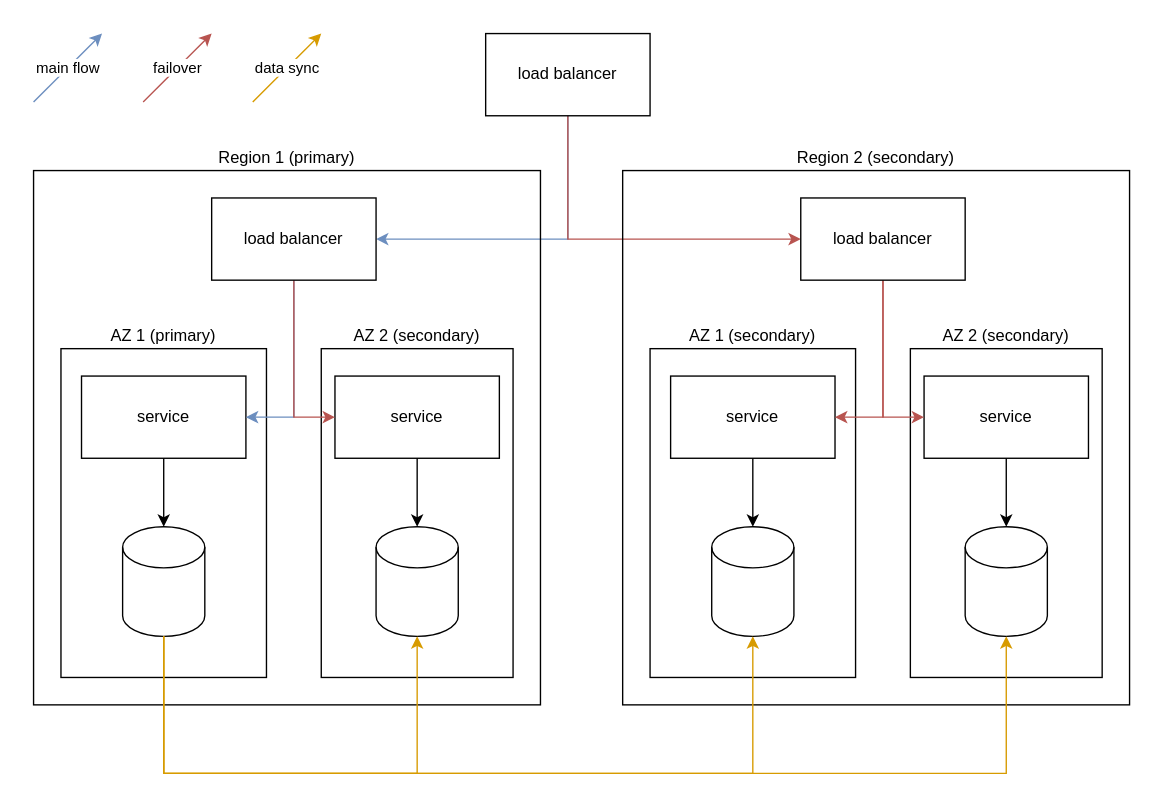
Earlier version of the draw.io diagram sas_m3_tactics.drawio (esklk/drawio). Source tidied: cells renumbered, new cells numbered last; positions are measured from the earlier drawing's top-left corner, leaving out a move shared by most shapes. Both pictures are drawn from the tidied source at 137%, with x=0, y=0 at pixel (33, 33).
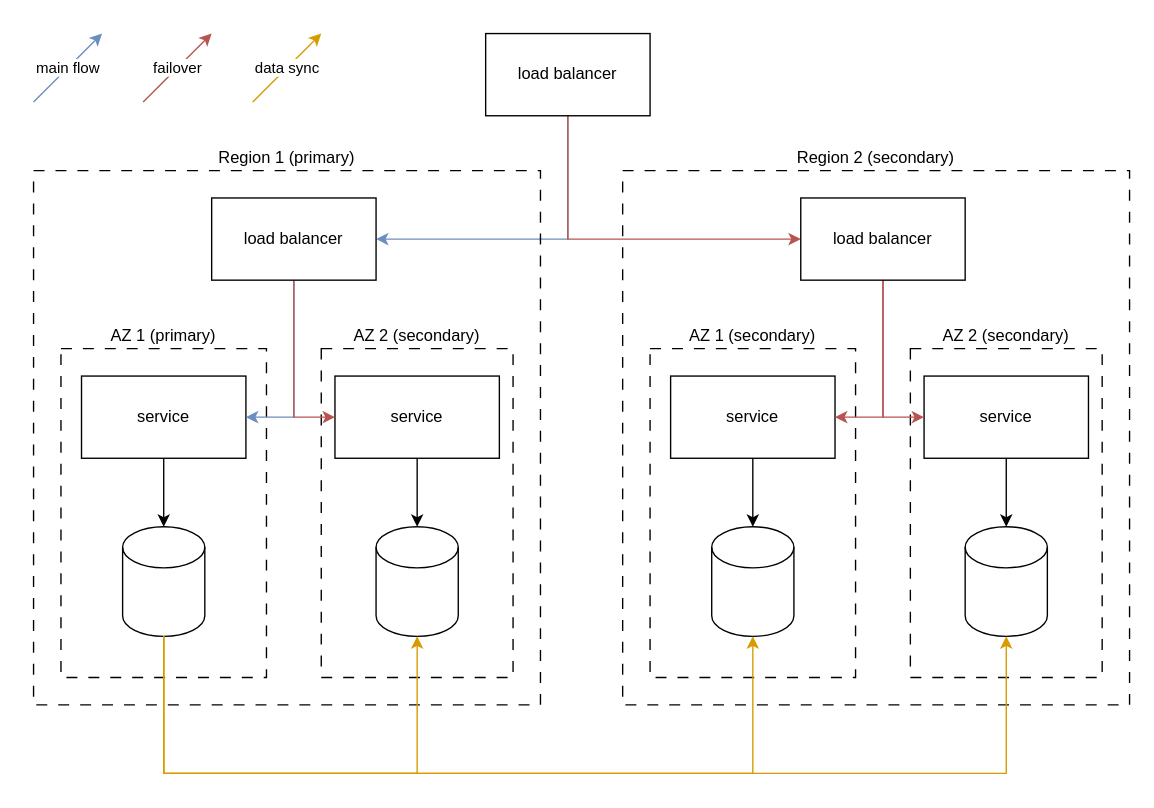
The same diagram, later.

What changed in the source:
```diff
@@
-    <mxCell id="5" value="Region 1 (primary)" style="rounded=0;whiteSpace=wrap;html=1;fillColor=none;labelPosition=center;verticalLabelPosition=top;align=center;verticalAlign=bottom;" parent="1" vertex="1">
+    <mxCell id="5" value="Region 1 (primary)" style="rounded=0;whiteSpace=wrap;html=1;fillColor=none;labelPosition=center;verticalLabelPosition=top;align=center;verticalAlign=bottom;dashed=1;dashPattern=8 8;" parent="1" vertex="1">
       <mxGeometry y="100" width="370" height="390" as="geometry" />
     </mxCell>
-    <mxCell id="6" value="AZ 1 (primary)" style="rounded=0;whiteSpace=wrap;html=1;labelPosition=center;verticalLabelPosition=top;align=center;verticalAlign=bottom;fillColor=none;" parent="1" vertex="1">
+    <mxCell id="6" value="AZ 1 (primary)" style="rounded=0;whiteSpace=wrap;html=1;labelPosition=center;verticalLabelPosition=top;align=center;verticalAlign=bottom;fillColor=none;dashed=1;dashPattern=8 8;" parent="1" vertex="1">
       <mxGeometry x="20" y="230" width="150" height="240" as="geometry" />
     </mxCell>
-    <mxCell id="7" value="AZ 2 (secondary)" style="rounded=0;whiteSpace=wrap;html=1;labelPosition=center;verticalLabelPosition=top;align=center;verticalAlign=bottom;fillColor=none;" parent="1" vertex="1">
+    <mxCell id="7" value="AZ 2 (secondary)" style="rounded=0;whiteSpace=wrap;html=1;labelPosition=center;verticalLabelPosition=top;align=center;verticalAlign=bottom;fillColor=none;dashed=1;dashPattern=8 8;" parent="1" vertex="1">
       <mxGeometry x="210" y="230" width="140" height="240" as="geometry" />
     </mxCell>
@@
-    <mxCell id="15" value="Region 2 (secondary)" style="rounded=0;whiteSpace=wrap;html=1;fillColor=none;labelPosition=center;verticalLabelPosition=top;align=center;verticalAlign=bottom;" parent="1" vertex="1">
+    <mxCell id="15" value="Region 2 (secondary)" style="rounded=0;whiteSpace=wrap;html=1;fillColor=none;labelPosition=center;verticalLabelPosition=top;align=center;verticalAlign=bottom;dashed=1;dashPattern=8 8;" parent="1" vertex="1">
       <mxGeometry x="430" y="100" width="370" height="390" as="geometry" />
     </mxCell>
-    <mxCell id="16" value="AZ 1 (secondary)" style="rounded=0;whiteSpace=wrap;html=1;labelPosition=center;verticalLabelPosition=top;align=center;verticalAlign=bottom;fillColor=none;" parent="1" vertex="1">
+    <mxCell id="16" value="AZ 1 (secondary)" style="rounded=0;whiteSpace=wrap;html=1;labelPosition=center;verticalLabelPosition=top;align=center;verticalAlign=bottom;fillColor=none;dashed=1;dashPattern=8 8;" parent="1" vertex="1">
       <mxGeometry x="450" y="230" width="150" height="240" as="geometry" />
     </mxCell>
-    <mxCell id="17" value="AZ 2 (secondary)" style="rounded=0;whiteSpace=wrap;html=1;labelPosition=center;verticalLabelPosition=top;align=center;verticalAlign=bottom;fillColor=none;" parent="1" vertex="1">
+    <mxCell id="17" value="AZ 2 (secondary)" style="rounded=0;whiteSpace=wrap;html=1;labelPosition=center;verticalLabelPosition=top;align=center;verticalAlign=bottom;fillColor=none;dashed=1;dashPattern=8 8;" parent="1" vertex="1">
       <mxGeometry x="640" y="230" width="140" height="240" as="geometry" />
     </mxCell>
```
